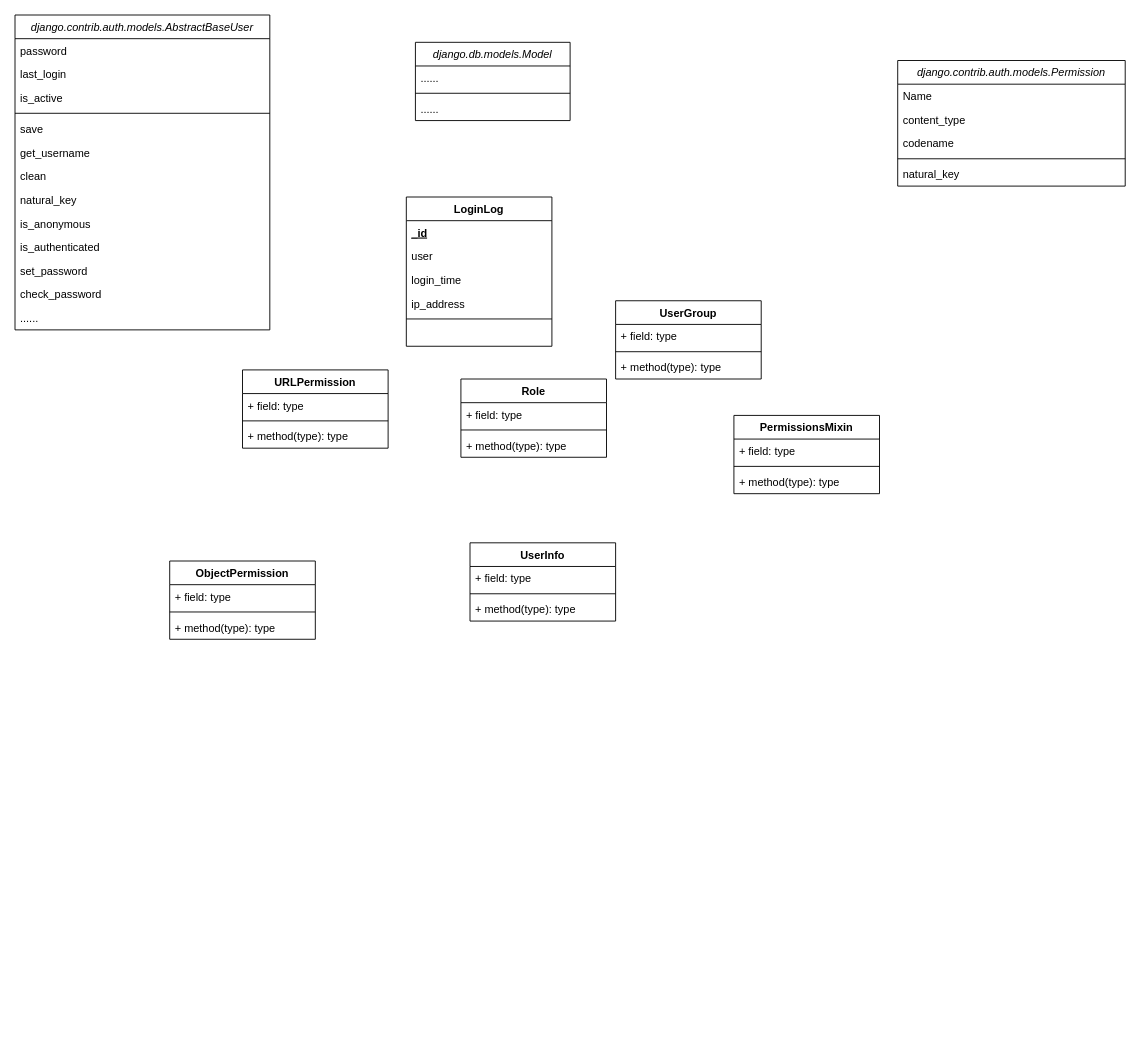
Above: HIS-RBAC-Models.drawio in YuanchenZhu2020/DrawIO (draw.io), before the change. Source tidied: cells renumbered, new cells numbered last; positions are measured from the earlier drawing's top-left corner, leaving out a move shared by most shapes. Both pictures are drawn from the tidied source at 91%, with x=0, y=0 at pixel (15, 15).
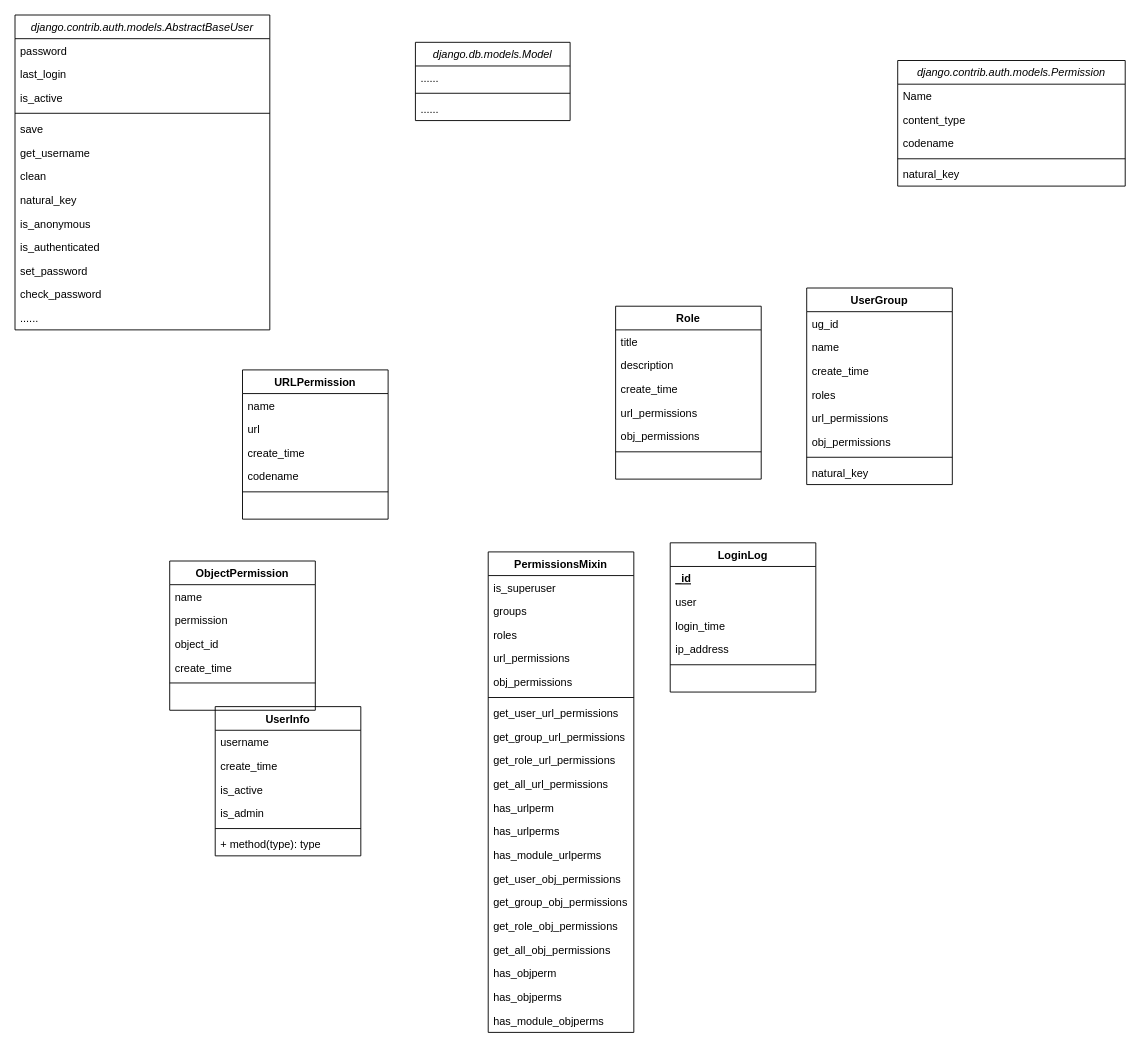
After the change.

Change to the diagram source:
```diff
@@
     <mxCell id="26" value="LoginLog" style="swimlane;fontStyle=1;align=center;verticalAlign=top;horizontal=1;startSize=26;" parent="1" vertex="1">
-      <mxGeometry x="430" y="200" width="160" height="164" as="geometry" />
+      <mxGeometry x="720" y="580" width="160" height="164" as="geometry" />
     </mxCell>
@@
     <mxCell id="33" value="URLPermission" style="swimlane;fontStyle=1;align=center;verticalAlign=top;horizontal=1;startSize=26;" parent="1" vertex="1">
-      <mxGeometry x="250" y="390" width="160" height="86" as="geometry" />
+      <mxGeometry x="250" y="390" width="160" height="164" as="geometry" />
     </mxCell>
-    <mxCell id="34" value="+ field: type" style="text;strokeColor=none;fillColor=none;align=left;verticalAlign=top;spacingLeft=4;spacingRight=4;overflow=hidden;" parent="33" vertex="1">
+    <mxCell id="34" value="name" style="text;strokeColor=none;fillColor=none;align=left;verticalAlign=top;spacingLeft=4;spacingRight=4;overflow=hidden;" parent="33" vertex="1">
       <mxGeometry y="26" width="160" height="26" as="geometry" />
     </mxCell>
+    <mxCell id="57" value="url" style="text;strokeColor=none;fillColor=none;align=left;verticalAlign=top;spacingLeft=4;spacingRight=4;overflow=hidden;" parent="33" vertex="1">
+      <mxGeometry y="52" width="160" height="26" as="geometry" />
+    </mxCell>
+    <mxCell id="58" value="create_time" style="text;strokeColor=none;fillColor=none;align=left;verticalAlign=top;spacingLeft=4;spacingRight=4;overflow=hidden;" parent="33" vertex="1">
+      <mxGeometry y="78" width="160" height="26" as="geometry" />
+    </mxCell>
+    <mxCell id="59" value="codename" style="text;strokeColor=none;fillColor=none;align=left;verticalAlign=top;spacingLeft=4;spacingRight=4;overflow=hidden;" parent="33" vertex="1">
+      <mxGeometry y="104" width="160" height="26" as="geometry" />
+    </mxCell>
     <mxCell id="35" style="line;strokeWidth=1;fillColor=none;align=left;verticalAlign=middle;spacingTop=-1;spacingLeft=3;spacingRight=3;labelPosition=right;" parent="33" vertex="1">
-      <mxGeometry y="52" width="160" height="8" as="geometry" />
+      <mxGeometry y="130" width="160" height="8" as="geometry" />
     </mxCell>
-    <mxCell id="36" value="+ method(type): type" style="text;strokeColor=none;fillColor=none;align=left;verticalAlign=top;spacingLeft=4;spacingRight=4;overflow=hidden;" parent="33" vertex="1">
-      <mxGeometry y="60" width="160" height="26" as="geometry" />
+    <mxCell id="36" value=" " style="text;strokeColor=none;fillColor=none;align=left;verticalAlign=top;spacingLeft=4;spacingRight=4;overflow=hidden;" parent="33" vertex="1">
+      <mxGeometry y="138" width="160" height="26" as="geometry" />
     </mxCell>
     <mxCell id="37" value="Role" style="swimlane;fontStyle=1;align=center;verticalAlign=top;horizontal=1;startSize=26;" parent="1" vertex="1">
-      <mxGeometry x="490" y="400" width="160" height="86" as="geometry" />
+      <mxGeometry x="660" y="320" width="160" height="190" as="geometry" />
     </mxCell>
-    <mxCell id="38" value="+ field: type" style="text;strokeColor=none;fillColor=none;align=left;verticalAlign=top;spacingLeft=4;spacingRight=4;overflow=hidden;" parent="37" vertex="1">
+    <mxCell id="38" value="title" style="text;strokeColor=none;fillColor=none;align=left;verticalAlign=top;spacingLeft=4;spacingRight=4;overflow=hidden;" parent="37" vertex="1">
       <mxGeometry y="26" width="160" height="26" as="geometry" />
     </mxCell>
+    <mxCell id="60" value="description" style="text;strokeColor=none;fillColor=none;align=left;verticalAlign=top;spacingLeft=4;spacingRight=4;overflow=hidden;" parent="37" vertex="1">
+      <mxGeometry y="52" width="160" height="26" as="geometry" />
+    </mxCell>
+    <mxCell id="61" value="create_time" style="text;strokeColor=none;fillColor=none;align=left;verticalAlign=top;spacingLeft=4;spacingRight=4;overflow=hidden;" parent="37" vertex="1">
+      <mxGeometry y="78" width="160" height="26" as="geometry" />
+    </mxCell>
+    <mxCell id="62" value="url_permissions" style="text;strokeColor=none;fillColor=none;align=left;verticalAlign=top;spacingLeft=4;spacingRight=4;overflow=hidden;" parent="37" vertex="1">
+      <mxGeometry y="104" width="160" height="26" as="geometry" />
+    </mxCell>
+    <mxCell id="63" value="obj_permissions" style="text;strokeColor=none;fillColor=none;align=left;verticalAlign=top;spacingLeft=4;spacingRight=4;overflow=hidden;" parent="37" vertex="1">
+      <mxGeometry y="130" width="160" height="26" as="geometry" />
+    </mxCell>
     <mxCell id="39" style="line;strokeWidth=1;fillColor=none;align=left;verticalAlign=middle;spacingTop=-1;spacingLeft=3;spacingRight=3;labelPosition=right;" parent="37" vertex="1">
-      <mxGeometry y="52" width="160" height="8" as="geometry" />
+      <mxGeometry y="156" width="160" height="8" as="geometry" />
     </mxCell>
-    <mxCell id="40" value="+ method(type): type" style="text;strokeColor=none;fillColor=none;align=left;verticalAlign=top;spacingLeft=4;spacingRight=4;overflow=hidden;" parent="37" vertex="1">
-      <mxGeometry y="60" width="160" height="26" as="geometry" />
+    <mxCell id="40" value=" " style="text;strokeColor=none;fillColor=none;align=left;verticalAlign=top;spacingLeft=4;spacingRight=4;overflow=hidden;" parent="37" vertex="1">
+      <mxGeometry y="164" width="160" height="26" as="geometry" />
     </mxCell>
     <mxCell id="41" value="UserGroup" style="swimlane;fontStyle=1;align=center;verticalAlign=top;horizontal=1;startSize=26;" parent="1" vertex="1">
-      <mxGeometry x="660" y="314" width="160" height="86" as="geometry" />
+      <mxGeometry x="870" y="300" width="160" height="216" as="geometry" />
     </mxCell>
-    <mxCell id="42" value="+ field: type" style="text;strokeColor=none;fillColor=none;align=left;verticalAlign=top;spacingLeft=4;spacingRight=4;overflow=hidden;" parent="41" vertex="1">
+    <mxCell id="42" value="ug_id" style="text;strokeColor=none;fillColor=none;align=left;verticalAlign=top;spacingLeft=4;spacingRight=4;overflow=hidden;" parent="41" vertex="1">
       <mxGeometry y="26" width="160" height="26" as="geometry" />
     </mxCell>
+    <mxCell id="64" value="name" style="text;strokeColor=none;fillColor=none;align=left;verticalAlign=top;spacingLeft=4;spacingRight=4;overflow=hidden;" parent="41" vertex="1">
+      <mxGeometry y="52" width="160" height="26" as="geometry" />
+    </mxCell>
+    <mxCell id="65" value="create_time" style="text;strokeColor=none;fillColor=none;align=left;verticalAlign=top;spacingLeft=4;spacingRight=4;overflow=hidden;" parent="41" vertex="1">
+      <mxGeometry y="78" width="160" height="26" as="geometry" />
+    </mxCell>
+    <mxCell id="66" value="roles" style="text;strokeColor=none;fillColor=none;align=left;verticalAlign=top;spacingLeft=4;spacingRight=4;overflow=hidden;" parent="41" vertex="1">
+      <mxGeometry y="104" width="160" height="26" as="geometry" />
+    </mxCell>
+    <mxCell id="67" value="url_permissions" style="text;strokeColor=none;fillColor=none;align=left;verticalAlign=top;spacingLeft=4;spacingRight=4;overflow=hidden;" parent="41" vertex="1">
+      <mxGeometry y="130" width="160" height="26" as="geometry" />
+    </mxCell>
+    <mxCell id="68" value="obj_permissions" style="text;strokeColor=none;fillColor=none;align=left;verticalAlign=top;spacingLeft=4;spacingRight=4;overflow=hidden;" parent="41" vertex="1">
+      <mxGeometry y="156" width="160" height="26" as="geometry" />
+    </mxCell>
     <mxCell id="43" style="line;strokeWidth=1;fillColor=none;align=left;verticalAlign=middle;spacingTop=-1;spacingLeft=3;spacingRight=3;labelPosition=right;" parent="41" vertex="1">
-      <mxGeometry y="52" width="160" height="8" as="geometry" />
+      <mxGeometry y="182" width="160" height="8" as="geometry" />
     </mxCell>
-    <mxCell id="44" value="+ method(type): type" style="text;strokeColor=none;fillColor=none;align=left;verticalAlign=top;spacingLeft=4;spacingRight=4;overflow=hidden;" parent="41" vertex="1">
-      <mxGeometry y="60" width="160" height="26" as="geometry" />
+    <mxCell id="44" value="natural_key" style="text;strokeColor=none;fillColor=none;align=left;verticalAlign=top;spacingLeft=4;spacingRight=4;overflow=hidden;" parent="41" vertex="1">
+      <mxGeometry y="190" width="160" height="26" as="geometry" />
     </mxCell>
     <mxCell id="45" value="PermissionsMixin" style="swimlane;fontStyle=1;align=center;verticalAlign=top;horizontal=1;startSize=26;" parent="1" vertex="1">
-      <mxGeometry x="790" y="440" width="160" height="86" as="geometry" />
+      <mxGeometry x="520" y="590" width="160" height="528" as="geometry" />
     </mxCell>
-    <mxCell id="46" value="+ field: type" style="text;strokeColor=none;fillColor=none;align=left;verticalAlign=top;spacingLeft=4;spacingRight=4;overflow=hidden;" parent="45" vertex="1">
+    <mxCell id="46" value="is_superuser" style="text;strokeColor=none;fillColor=none;align=left;verticalAlign=top;spacingLeft=4;spacingRight=4;overflow=hidden;" parent="45" vertex="1">
       <mxGeometry y="26" width="160" height="26" as="geometry" />
     </mxCell>
+    <mxCell id="69" value="groups" style="text;strokeColor=none;fillColor=none;align=left;verticalAlign=top;spacingLeft=4;spacingRight=4;overflow=hidden;" parent="45" vertex="1">
+      <mxGeometry y="52" width="160" height="26" as="geometry" />
+    </mxCell>
+    <mxCell id="70" value="roles" style="text;strokeColor=none;fillColor=none;align=left;verticalAlign=top;spacingLeft=4;spacingRight=4;overflow=hidden;" parent="45" vertex="1">
+      <mxGeometry y="78" width="160" height="26" as="geometry" />
+    </mxCell>
+    <mxCell id="71" value="url_permissions" style="text;strokeColor=none;fillColor=none;align=left;verticalAlign=top;spacingLeft=4;spacingRight=4;overflow=hidden;" parent="45" vertex="1">
+      <mxGeometry y="104" width="160" height="26" as="geometry" />
+    </mxCell>
+    <mxCell id="72" value="obj_permissions" style="text;strokeColor=none;fillColor=none;align=left;verticalAlign=top;spacingLeft=4;spacingRight=4;overflow=hidden;" parent="45" vertex="1">
+      <mxGeometry y="130" width="160" height="26" as="geometry" />
+    </mxCell>
     <mxCell id="47" style="line;strokeWidth=1;fillColor=none;align=left;verticalAlign=middle;spacingTop=-1;spacingLeft=3;spacingRight=3;labelPosition=right;" parent="45" vertex="1">
-      <mxGeometry y="52" width="160" height="8" as="geometry" />
+      <mxGeometry y="156" width="160" height="8" as="geometry" />
     </mxCell>
+    <mxCell id="73" value="get_user_url_permissions" style="text;strokeColor=none;fillColor=none;align=left;verticalAlign=top;spacingLeft=4;spacingRight=4;overflow=hidden;" parent="45" vertex="1">
+      <mxGeometry y="164" width="160" height="26" as="geometry" />
+    </mxCell>
+    <mxCell id="74" value="get_group_url_permissions" style="text;strokeColor=none;fillColor=none;align=left;verticalAlign=top;spacingLeft=4;spacingRight=4;overflow=hidden;" parent="45" vertex="1">
+      <mxGeometry y="190" width="160" height="26" as="geometry" />
+    </mxCell>
+    <mxCell id="75" value="get_role_url_permissions" style="text;strokeColor=none;fillColor=none;align=left;verticalAlign=top;spacingLeft=4;spacingRight=4;overflow=hidden;" parent="45" vertex="1">
+      <mxGeometry y="216" width="160" height="26" as="geometry" />
+    </mxCell>
+    <mxCell id="76" value="get_all_url_permissions" style="text;strokeColor=none;fillColor=none;align=left;verticalAlign=top;spacingLeft=4;spacingRight=4;overflow=hidden;" parent="45" vertex="1">
+      <mxGeometry y="242" width="160" height="26" as="geometry" />
+    </mxCell>
+    <mxCell id="77" value="has_urlperm" style="text;strokeColor=none;fillColor=none;align=left;verticalAlign=top;spacingLeft=4;spacingRight=4;overflow=hidden;" parent="45" vertex="1">
+      <mxGeometry y="268" width="160" height="26" as="geometry" />
+    </mxCell>
+    <mxCell id="78" value="has_urlperms" style="text;strokeColor=none;fillColor=none;align=left;verticalAlign=top;spacingLeft=4;spacingRight=4;overflow=hidden;" parent="45" vertex="1">
+      <mxGeometry y="294" width="160" height="26" as="geometry" />
+    </mxCell>
+    <mxCell id="79" value="has_module_urlperms" style="text;strokeColor=none;fillColor=none;align=left;verticalAlign=top;spacingLeft=4;spacingRight=4;overflow=hidden;" parent="45" vertex="1">
+      <mxGeometry y="320" width="160" height="26" as="geometry" />
+    </mxCell>
-    <mxCell id="48" value="+ method(type): type" style="text;strokeColor=none;fillColor=none;align=left;verticalAlign=top;spacingLeft=4;spacingRight=4;overflow=hidden;" parent="45" vertex="1">
-      <mxGeometry y="60" width="160" height="26" as="geometry" />
+    <mxCell id="48" value="get_user_obj_permissions" style="text;strokeColor=none;fillColor=none;align=left;verticalAlign=top;spacingLeft=4;spacingRight=4;overflow=hidden;" parent="45" vertex="1">
+      <mxGeometry y="346" width="160" height="26" as="geometry" />
     </mxCell>
+    <mxCell id="80" value="get_group_obj_permissions" style="text;strokeColor=none;fillColor=none;align=left;verticalAlign=top;spacingLeft=4;spacingRight=4;overflow=hidden;" parent="45" vertex="1">
+      <mxGeometry y="372" width="160" height="26" as="geometry" />
+    </mxCell>
+    <mxCell id="81" value="get_role_obj_permissions" style="text;strokeColor=none;fillColor=none;align=left;verticalAlign=top;spacingLeft=4;spacingRight=4;overflow=hidden;" parent="45" vertex="1">
+      <mxGeometry y="398" width="160" height="26" as="geometry" />
+    </mxCell>
+    <mxCell id="82" value="get_all_obj_permissions" style="text;strokeColor=none;fillColor=none;align=left;verticalAlign=top;spacingLeft=4;spacingRight=4;overflow=hidden;" parent="45" vertex="1">
+      <mxGeometry y="424" width="160" height="26" as="geometry" />
+    </mxCell>
+    <mxCell id="83" value="has_objperm" style="text;strokeColor=none;fillColor=none;align=left;verticalAlign=top;spacingLeft=4;spacingRight=4;overflow=hidden;" parent="45" vertex="1">
+      <mxGeometry y="450" width="160" height="26" as="geometry" />
+    </mxCell>
+    <mxCell id="84" value="has_objperms" style="text;strokeColor=none;fillColor=none;align=left;verticalAlign=top;spacingLeft=4;spacingRight=4;overflow=hidden;" parent="45" vertex="1">
+      <mxGeometry y="476" width="160" height="26" as="geometry" />
+    </mxCell>
+    <mxCell id="85" value="has_module_objperms" style="text;strokeColor=none;fillColor=none;align=left;verticalAlign=top;spacingLeft=4;spacingRight=4;overflow=hidden;" parent="45" vertex="1">
+      <mxGeometry y="502" width="160" height="26" as="geometry" />
+    </mxCell>
     <mxCell id="49" value="UserInfo" style="swimlane;fontStyle=1;align=center;verticalAlign=top;horizontal=1;startSize=26;" parent="1" vertex="1">
-      <mxGeometry x="500" y="580" width="160" height="86" as="geometry" />
+      <mxGeometry x="220" y="760" width="160" height="164" as="geometry" />
     </mxCell>
-    <mxCell id="50" value="+ field: type" style="text;strokeColor=none;fillColor=none;align=left;verticalAlign=top;spacingLeft=4;spacingRight=4;overflow=hidden;" parent="49" vertex="1">
+    <mxCell id="50" value="username" style="text;strokeColor=none;fillColor=none;align=left;verticalAlign=top;spacingLeft=4;spacingRight=4;overflow=hidden;" parent="49" vertex="1">
       <mxGeometry y="26" width="160" height="26" as="geometry" />
     </mxCell>
+    <mxCell id="86" value="create_time" style="text;strokeColor=none;fillColor=none;align=left;verticalAlign=top;spacingLeft=4;spacingRight=4;overflow=hidden;" parent="49" vertex="1">
+      <mxGeometry y="52" width="160" height="26" as="geometry" />
+    </mxCell>
+    <mxCell id="87" value="is_active" style="text;strokeColor=none;fillColor=none;align=left;verticalAlign=top;spacingLeft=4;spacingRight=4;overflow=hidden;" parent="49" vertex="1">
+      <mxGeometry y="78" width="160" height="26" as="geometry" />
+    </mxCell>
+    <mxCell id="88" value="is_admin" style="text;strokeColor=none;fillColor=none;align=left;verticalAlign=top;spacingLeft=4;spacingRight=4;overflow=hidden;" parent="49" vertex="1">
+      <mxGeometry y="104" width="160" height="26" as="geometry" />
+    </mxCell>
     <mxCell id="51" style="line;strokeWidth=1;fillColor=none;align=left;verticalAlign=middle;spacingTop=-1;spacingLeft=3;spacingRight=3;labelPosition=right;" parent="49" vertex="1">
-      <mxGeometry y="52" width="160" height="8" as="geometry" />
+      <mxGeometry y="130" width="160" height="8" as="geometry" />
     </mxCell>
     <mxCell id="52" value="+ method(type): type" style="text;strokeColor=none;fillColor=none;align=left;verticalAlign=top;spacingLeft=4;spacingRight=4;overflow=hidden;" parent="49" vertex="1">
-      <mxGeometry y="60" width="160" height="26" as="geometry" />
+      <mxGeometry y="138" width="160" height="26" as="geometry" />
     </mxCell>
     <mxCell id="53" value="ObjectPermission" style="swimlane;fontStyle=1;align=center;verticalAlign=top;horizontal=1;startSize=26;" parent="1" vertex="1">
-      <mxGeometry x="170" y="600" width="160" height="86" as="geometry" />
+      <mxGeometry x="170" y="600" width="160" height="164" as="geometry" />
     </mxCell>
-    <mxCell id="54" value="+ field: type" style="text;strokeColor=none;fillColor=none;align=left;verticalAlign=top;spacingLeft=4;spacingRight=4;overflow=hidden;" parent="53" vertex="1">
+    <mxCell id="54" value="name" style="text;strokeColor=none;fillColor=none;align=left;verticalAlign=top;spacingLeft=4;spacingRight=4;overflow=hidden;" parent="53" vertex="1">
       <mxGeometry y="26" width="160" height="26" as="geometry" />
     </mxCell>
+    <mxCell id="89" value="permission" style="text;strokeColor=none;fillColor=none;align=left;verticalAlign=top;spacingLeft=4;spacingRight=4;overflow=hidden;" parent="53" vertex="1">
+      <mxGeometry y="52" width="160" height="26" as="geometry" />
+    </mxCell>
+    <mxCell id="90" value="object_id" style="text;strokeColor=none;fillColor=none;align=left;verticalAlign=top;spacingLeft=4;spacingRight=4;overflow=hidden;" parent="53" vertex="1">
+      <mxGeometry y="78" width="160" height="26" as="geometry" />
+    </mxCell>
+    <mxCell id="91" value="create_time" style="text;strokeColor=none;fillColor=none;align=left;verticalAlign=top;spacingLeft=4;spacingRight=4;overflow=hidden;" parent="53" vertex="1">
+      <mxGeometry y="104" width="160" height="26" as="geometry" />
+    </mxCell>
     <mxCell id="55" style="line;strokeWidth=1;fillColor=none;align=left;verticalAlign=middle;spacingTop=-1;spacingLeft=3;spacingRight=3;labelPosition=right;" parent="53" vertex="1">
-      <mxGeometry y="52" width="160" height="8" as="geometry" />
+      <mxGeometry y="130" width="160" height="8" as="geometry" />
     </mxCell>
-    <mxCell id="56" value="+ method(type): type" style="text;strokeColor=none;fillColor=none;align=left;verticalAlign=top;spacingLeft=4;spacingRight=4;overflow=hidden;" parent="53" vertex="1">
-      <mxGeometry y="60" width="160" height="26" as="geometry" />
+    <mxCell id="56" value=" " style="text;strokeColor=none;fillColor=none;align=left;verticalAlign=top;spacingLeft=4;spacingRight=4;overflow=hidden;" parent="53" vertex="1">
+      <mxGeometry y="138" width="160" height="26" as="geometry" />
     </mxCell>
```
